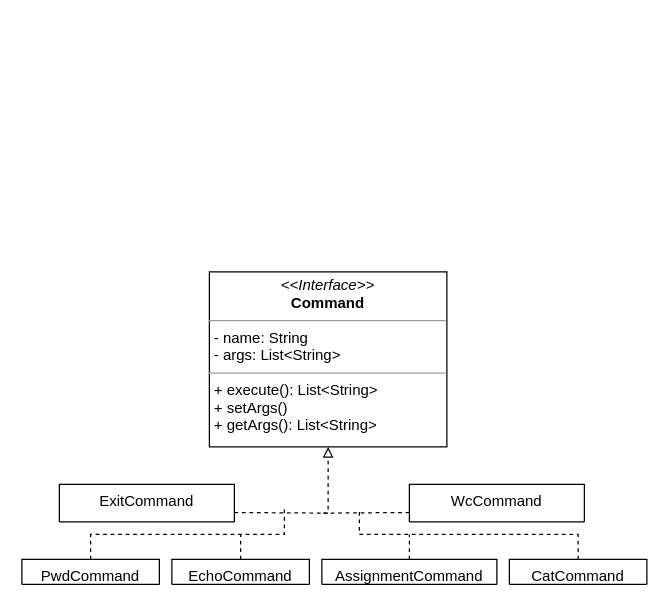
Above: Untitled Diagram.drawio in leoneed03/JB (draw.io), before the change. Source tidied: cells renumbered, new cells numbered last; positions are measured from the earlier drawing's top-left corner, leaving out a move shared by most shapes. Both pictures are drawn from the tidied source at 125%, with x=0, y=0 at pixel (21, 271).
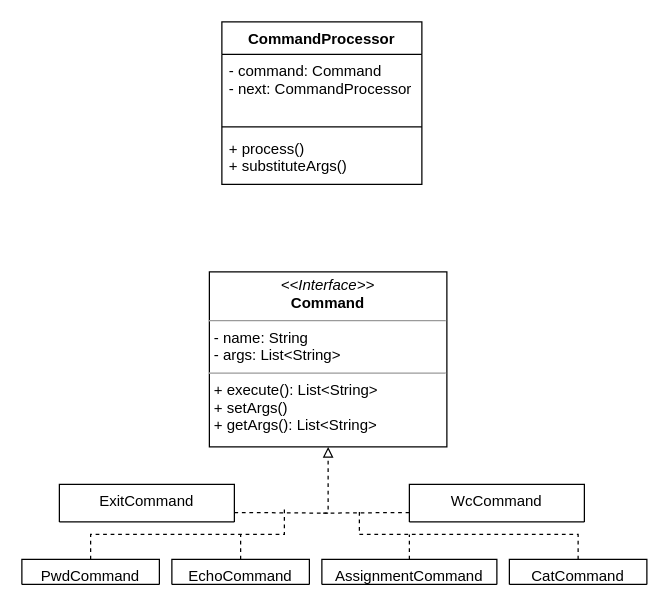
The same page after the edit.

The edit, as a diff of the source:
```diff
@@
+    <mxCell id="15" value="CommandProcessor" style="swimlane;fontStyle=1;align=center;verticalAlign=top;horizontal=1;startSize=26;" parent="1" vertex="1">
+      <mxGeometry x="160" y="-200" width="160" height="130" as="geometry" />
+    </mxCell>
+    <mxCell id="16" value="- command: Command&#10;- next: CommandProcessor&#10;&#10;&#10;&#10;&#10;" style="text;strokeColor=none;fillColor=none;align=left;verticalAlign=top;spacingLeft=4;spacingRight=4;overflow=hidden;" parent="15" vertex="1">
+      <mxGeometry y="26" width="160" height="54" as="geometry" />
+    </mxCell>
+    <mxCell id="17" style="line;strokeWidth=1;fillColor=none;align=left;verticalAlign=middle;spacingTop=-1;spacingLeft=3;spacingRight=3;labelPosition=right;" parent="15" vertex="1">
+      <mxGeometry y="80" width="160" height="8" as="geometry" />
+    </mxCell>
+    <mxCell id="18" value="+ process()&#10;+ substituteArgs()" style="text;strokeColor=none;fillColor=none;align=left;verticalAlign=top;spacingLeft=4;spacingRight=4;overflow=hidden;" parent="15" vertex="1">
+      <mxGeometry y="88" width="160" height="42" as="geometry" />
+    </mxCell>
```
